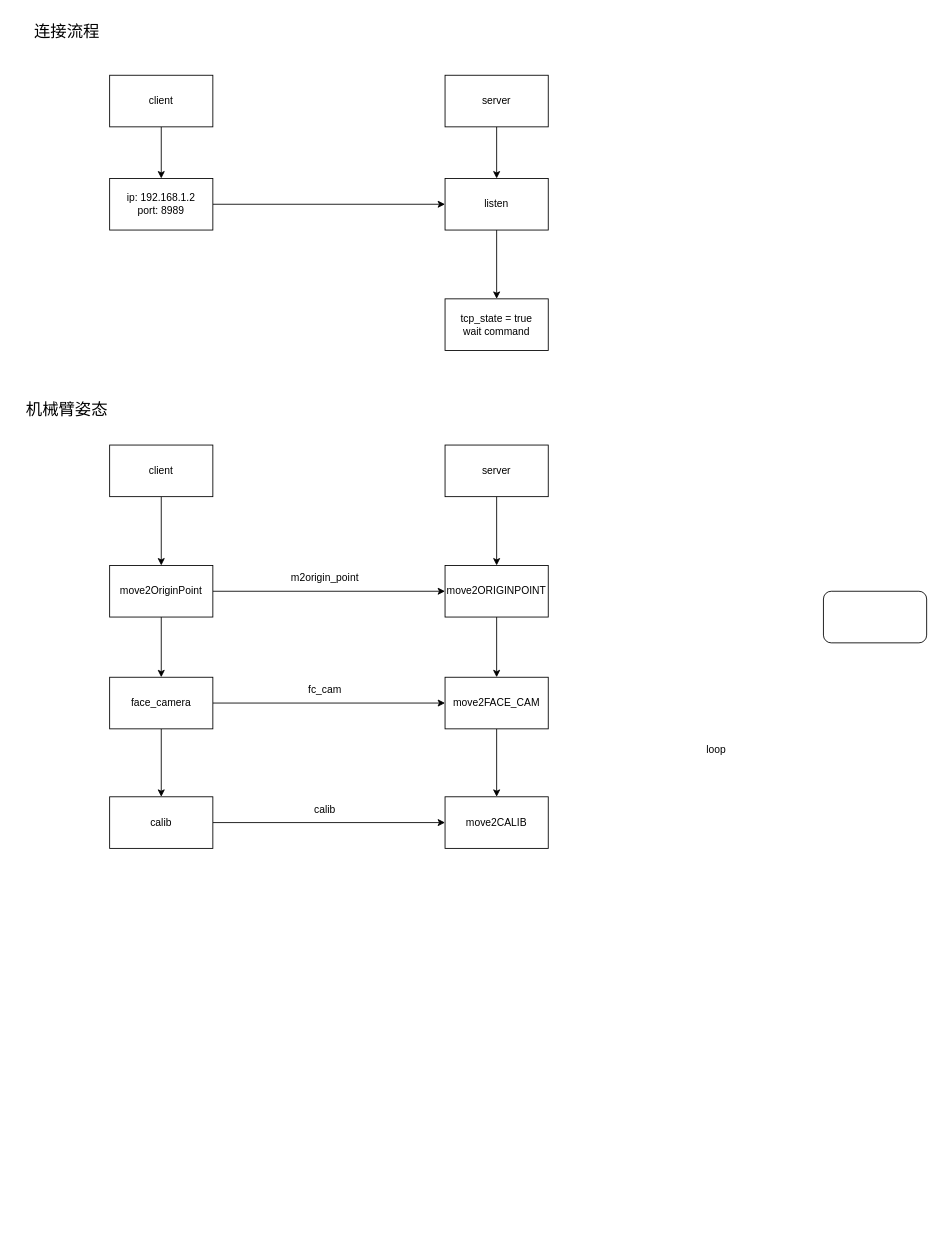
This is page "新标定流程" (3 of 3) of 重构相机标定工具.drawio from Jev0987/drawioFile, a draw.io file, before an edit. Source tidied: cells renumbered, new cells numbered last; positions are measured from the earlier drawing's top-left corner, leaving out a move shared by most shapes. Both pictures are drawn from the tidied source at 86%, with x=0, y=0 at pixel (15, 15).
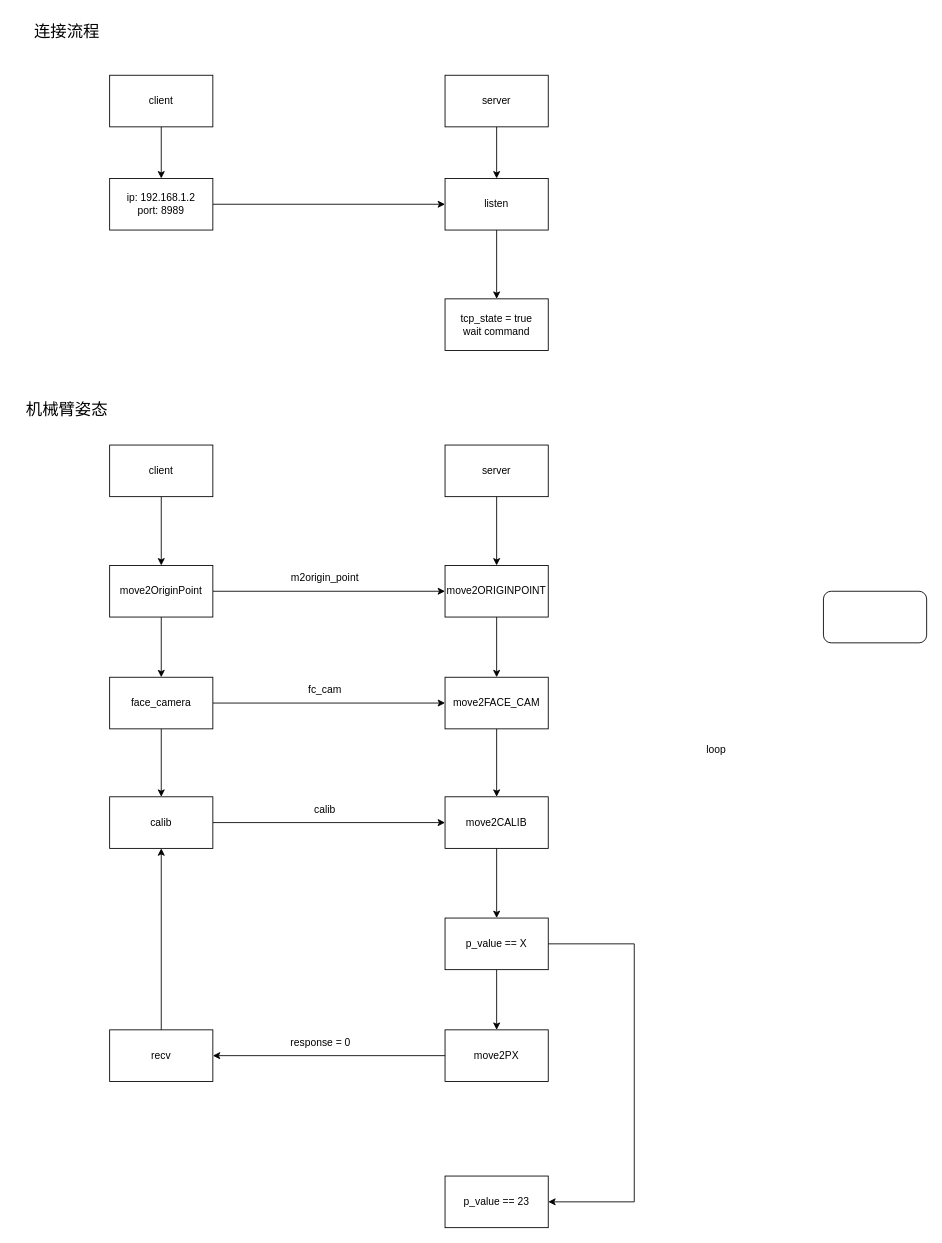
Above is the later version.

Commit message:
更新重构相机标定工具.drawio

The change refers to these unchanged cells:
```xml
<mxCell id="32" value="calib" style="whiteSpace=wrap;html=1;" parent="1" vertex="1">
  <mxGeometry x="110" y="909" width="120" height="60" as="geometry" />
</mxCell>
<mxCell id="33" value="move2CALIB" style="whiteSpace=wrap;html=1;" parent="1" vertex="1">
  <mxGeometry x="500" y="909" width="120" height="60" as="geometry" />
</mxCell>
```

Change to the diagram source:
```diff
@@
+    <mxCell id="35" style="edgeStyle=orthogonalEdgeStyle;rounded=0;jettySize=auto;html=1;exitX=0.5;exitY=1;exitDx=0;exitDy=0;entryX=0.5;entryY=0;entryDx=0;entryDy=0;" parent="1" edge="1" source="33" target="37">
+      <mxGeometry relative="1" as="geometry" />
+    </mxCell>
@@
+    <mxCell id="36" style="edgeStyle=orthogonalEdgeStyle;rounded=0;jettySize=auto;html=1;exitX=0.5;exitY=1;exitDx=0;exitDy=0;entryX=0.5;entryY=0;entryDx=0;entryDy=0;" parent="1" edge="1" source="37" target="38">
+      <mxGeometry relative="1" as="geometry" />
+    </mxCell>
+    <mxCell id="37" value="p_value == X" style="whiteSpace=wrap;html=1;" parent="1" vertex="1">
+      <mxGeometry x="500" y="1050" width="120" height="60" as="geometry" />
+    </mxCell>
+    <mxCell id="38" value="move2PX" style="whiteSpace=wrap;html=1;" parent="1" vertex="1">
+      <mxGeometry x="500" y="1180" width="120" height="60" as="geometry" />
+    </mxCell>
+    <mxCell id="39" style="edgeStyle=orthogonalEdgeStyle;rounded=0;jettySize=auto;html=1;exitX=0;exitY=0.5;exitDx=0;exitDy=0;entryX=1;entryY=0.5;entryDx=0;entryDy=0;" parent="1" edge="1" source="38" target="41">
+      <mxGeometry relative="1" as="geometry" />
+    </mxCell>
+    <mxCell id="40" style="edgeStyle=orthogonalEdgeStyle;rounded=0;jettySize=auto;html=1;exitX=0.5;exitY=0;exitDx=0;exitDy=0;entryX=0.5;entryY=1;entryDx=0;entryDy=0;" parent="1" edge="1" source="41" target="32">
+      <mxGeometry relative="1" as="geometry" />
+    </mxCell>
+    <mxCell id="41" value="recv" style="whiteSpace=wrap;html=1;" parent="1" vertex="1">
+      <mxGeometry x="110" y="1180" width="120" height="60" as="geometry" />
+    </mxCell>
+    <mxCell id="42" value="response = 0" style="text;html=1;align=center;verticalAlign=middle;strokeColor=none;fillColor=none;" parent="1" vertex="1">
+      <mxGeometry x="310" y="1180" width="90" height="30" as="geometry" />
+    </mxCell>
+    <mxCell id="43" value="p_value == 23" style="whiteSpace=wrap;html=1;" parent="1" vertex="1">
+      <mxGeometry x="500" y="1350" width="120" height="60" as="geometry" />
+    </mxCell>
+    <mxCell id="44" style="edgeStyle=orthogonalEdgeStyle;rounded=0;jettySize=auto;html=1;exitX=1;exitY=0.5;exitDx=0;exitDy=0;entryX=1;entryY=0.5;entryDx=0;entryDy=0;" parent="1" edge="1" source="37" target="43">
+      <mxGeometry relative="1" as="geometry">
+        <Array as="points">
+          <mxPoint x="720" y="1080" />
+          <mxPoint x="720" y="1380" />
+        </Array>
+      </mxGeometry>
+    </mxCell>
```
